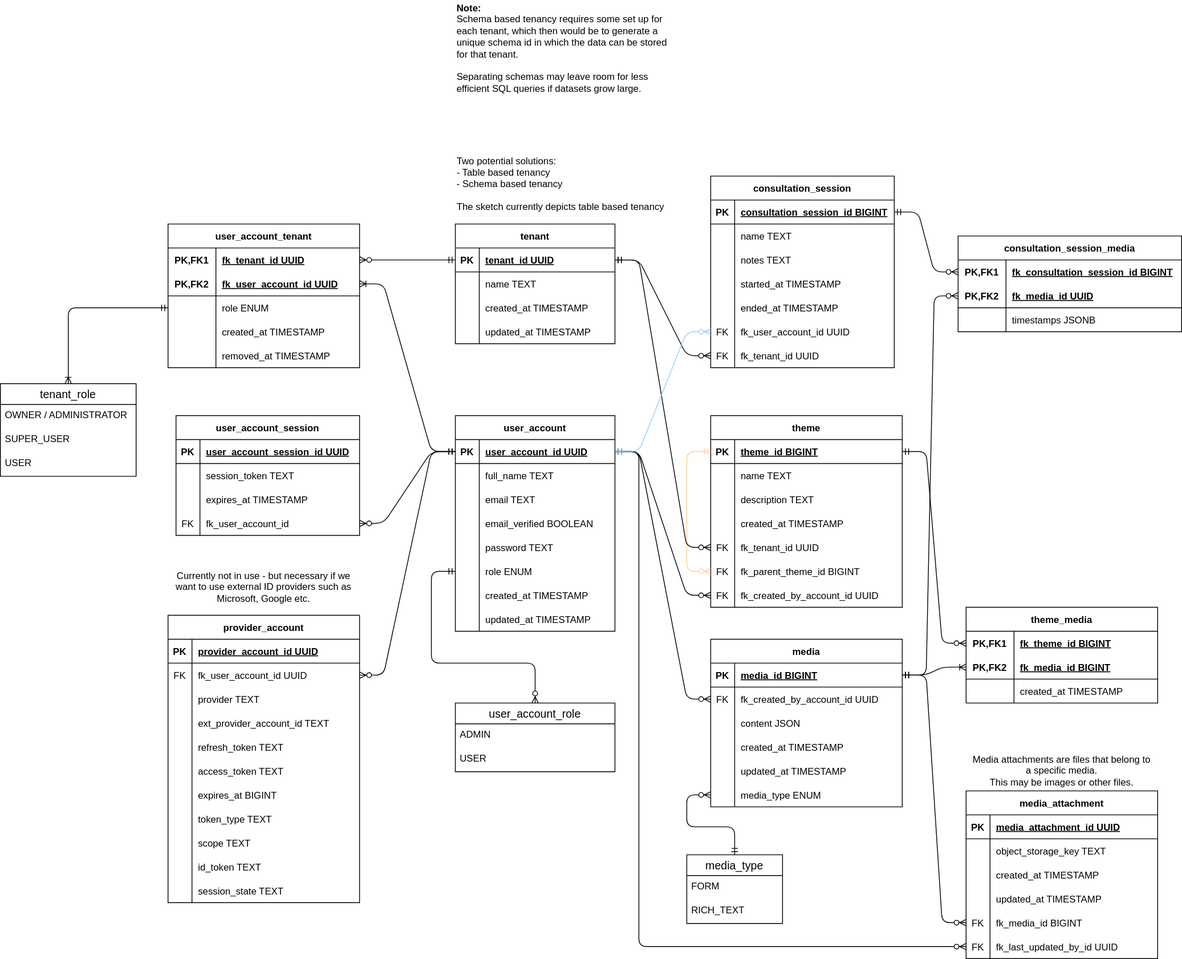
This is docs/erdiagram.drawio.svg from NTNU-IE-IIR/tidlig-innsats-ungdom, a draw.io export, as it was before one commit. Source tidied: cells renumbered, new cells last; positions are measured from the earlier drawing's top-left corner, leaving out a move shared by most shapes.
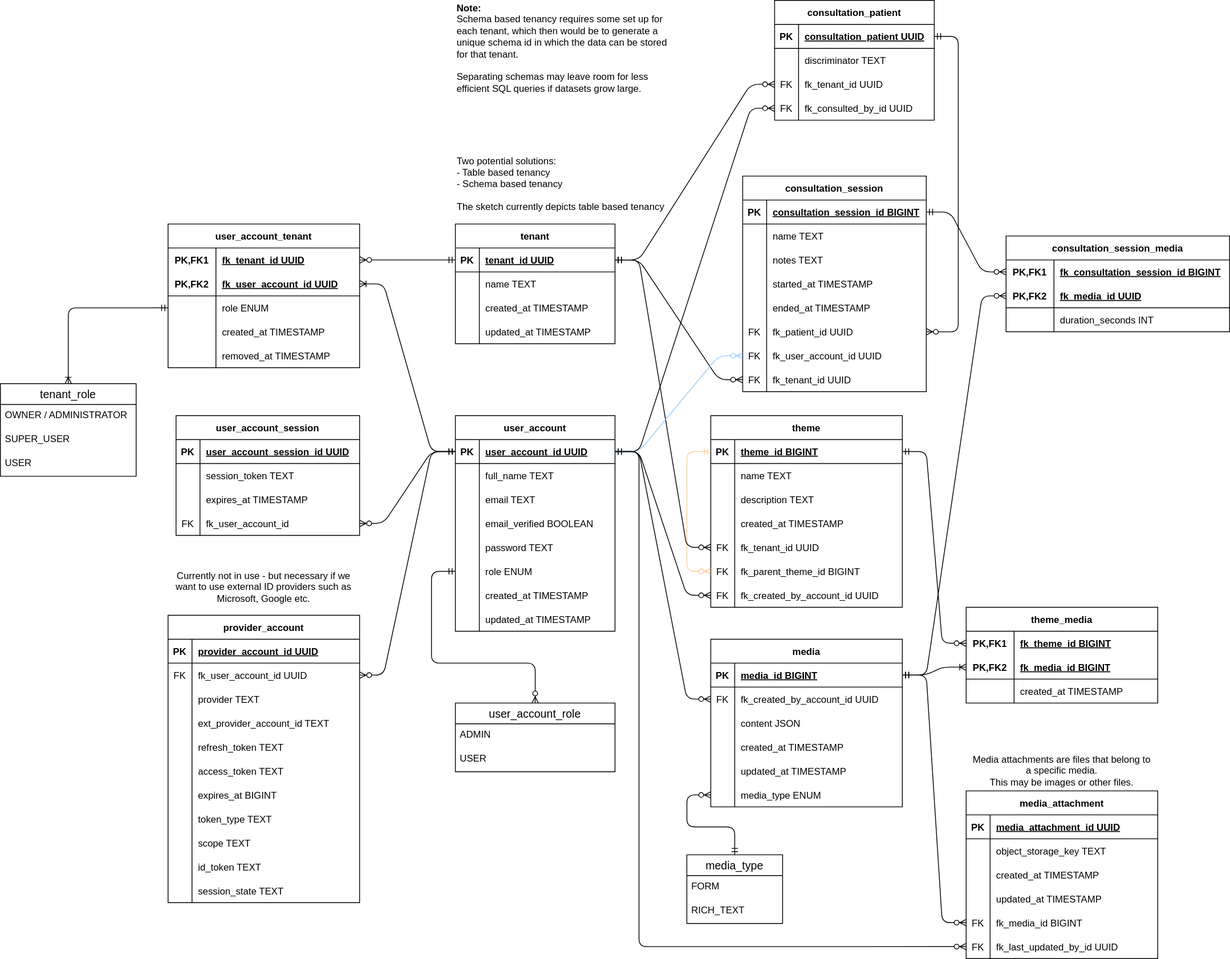
Later version of the same file.

Commit message:
docs: update ER diagram with patient & duration changes

What changed in the source:
```diff
@@ -610,7 +610,7 @@
       <mxGeometry x="570" width="270" height="120" as="geometry" />
     </mxCell>
     <mxCell id="197" value="consultation_session" style="shape=table;startSize=30;rowLines=0;fontStyle=1;align=center;" parent="1" vertex="1">
-      <mxGeometry x="890" y="220" width="230" height="240" as="geometry" />
+      <mxGeometry x="930" y="220" width="230" height="270" as="geometry" />
     </mxCell>
     <mxCell id="198" style="shape=tableRow;horizontal=0;startSize=0;swimlaneHead=0;swimlaneBody=0;fillColor=none;points=[[0,0.5],[1,0.5]];portConstraint=eastwest;top=0;left=0;right=0;bottom=1;" parent="197" vertex="1">
       <mxGeometry y="30" width="230" height="30" as="geometry" />
@@ -657,8 +657,17 @@
     <mxCell id="212" value="ended_at TIMESTAMP" style="shape=partialRectangle;fillColor=none;top=0;left=0;bottom=0;right=0;align=left;spacingLeft=6;overflow=hidden;" parent="210" vertex="1">
       <mxGeometry x="30" width="200" height="30" as="geometry" />
     </mxCell>
+    <mxCell id="238" style="shape=tableRow;horizontal=0;startSize=0;swimlaneHead=0;swimlaneBody=0;fillColor=none;points=[[0,0.5],[1,0.5]];portConstraint=eastwest;top=0;left=0;right=0;bottom=0;" parent="197" vertex="1">
+      <mxGeometry y="180" width="230" height="30" as="geometry" />
+    </mxCell>
+    <mxCell id="239" value="FK" style="shape=partialRectangle;fillColor=none;top=0;left=0;bottom=0;right=0;fontStyle=0;overflow=hidden;" parent="238" vertex="1">
+      <mxGeometry width="30" height="30" as="geometry" />
+    </mxCell>
+    <mxCell id="240" value="fk_patient_id UUID" style="shape=partialRectangle;fillColor=none;top=0;left=0;bottom=0;right=0;align=left;spacingLeft=6;fontStyle=0;overflow=hidden;" parent="238" vertex="1">
+      <mxGeometry x="30" width="200" height="30" as="geometry" />
+    </mxCell>
     <mxCell id="213" style="shape=tableRow;horizontal=0;startSize=0;swimlaneHead=0;swimlaneBody=0;fillColor=none;points=[[0,0.5],[1,0.5]];portConstraint=eastwest;top=0;left=0;right=0;bottom=0;" parent="197" vertex="1">
-      <mxGeometry y="180" width="230" height="30" as="geometry" />
+      <mxGeometry y="210" width="230" height="30" as="geometry" />
     </mxCell>
     <mxCell id="214" value="FK" style="shape=partialRectangle;fillColor=none;top=0;left=0;bottom=0;right=0;fontStyle=0;overflow=hidden;" parent="213" vertex="1">
       <mxGeometry width="30" height="30" as="geometry" />
@@ -667,7 +676,7 @@
       <mxGeometry x="30" width="200" height="30" as="geometry" />
     </mxCell>
     <mxCell id="216" style="shape=tableRow;horizontal=0;startSize=0;swimlaneHead=0;swimlaneBody=0;fillColor=none;points=[[0,0.5],[1,0.5]];portConstraint=eastwest;top=0;left=0;right=0;bottom=0;" parent="197" vertex="1">
-      <mxGeometry y="210" width="230" height="30" as="geometry" />
+      <mxGeometry y="240" width="230" height="30" as="geometry" />
     </mxCell>
     <mxCell id="217" value="FK" style="shape=partialRectangle;fillColor=none;top=0;left=0;bottom=0;right=0;fontStyle=0;overflow=hidden;" parent="216" vertex="1">
       <mxGeometry width="30" height="30" as="geometry" />
@@ -682,7 +691,7 @@
       <mxGeometry relative="1" as="geometry" />
     </mxCell>
     <mxCell id="221" value="consultation_session_media" style="shape=table;startSize=30;rowLines=0;fontStyle=1;align=center;" parent="1" vertex="1">
-      <mxGeometry x="1200" y="295" width="280" height="120" as="geometry" />
+      <mxGeometry x="1260" y="295" width="280" height="120" as="geometry" />
     </mxCell>
     <mxCell id="222" style="shape=tableRow;horizontal=0;startSize=0;swimlaneHead=0;swimlaneBody=0;fillColor=none;points=[[0,0.5],[1,0.5]];portConstraint=eastwest;top=0;left=0;right=0;bottom=0;" parent="221" vertex="1">
       <mxGeometry y="30" width="280" height="30" as="geometry" />
@@ -708,7 +717,7 @@
     <mxCell id="229" style="shape=partialRectangle;fillColor=none;top=0;left=0;bottom=0;right=0;overflow=hidden;" parent="228" vertex="1">
       <mxGeometry width="60" height="30" as="geometry" />
     </mxCell>
-    <mxCell id="230" value="timestamps JSONB" style="shape=partialRectangle;fillColor=none;top=0;left=0;bottom=0;right=0;align=left;spacingLeft=6;overflow=hidden;" parent="228" vertex="1">
+    <mxCell id="230" value="duration_seconds INT" style="shape=partialRectangle;fillColor=none;top=0;left=0;bottom=0;right=0;align=left;spacingLeft=6;overflow=hidden;" parent="228" vertex="1">
       <mxGeometry x="60" width="220" height="30" as="geometry" />
     </mxCell>
     <mxCell id="231" style="edgeStyle=entityRelationEdgeStyle;fontSize=12;html=1;endArrow=ERzeroToMany;startArrow=ERmandOne;exitX=1;exitY=0.5;exitDx=0;exitDy=0;entryX=0;entryY=0.5;entryDx=0;entryDy=0;" parent="1" edge="1" source="198" target="222">
@@ -732,5 +741,58 @@
     <mxCell id="237" style="edgeStyle=orthogonalEdgeStyle;fontSize=12;html=1;endArrow=ERoneToMany;startArrow=ERmandOne;endFill=0;entryX=0.5;entryY=0;entryDx=0;entryDy=0;exitX=0;exitY=0.5;exitDx=0;exitDy=0;" parent="1" edge="1" source="161" target="233">
       <mxGeometry relative="1" as="geometry" />
     </mxCell>
+    <mxCell id="241" value="consultation_patient" style="shape=table;startSize=30;rowLines=0;fontStyle=1;align=center;" parent="1" vertex="1">
+      <mxGeometry x="970" width="200" height="150" as="geometry" />
+    </mxCell>
+    <mxCell id="242" style="shape=tableRow;horizontal=0;startSize=0;swimlaneHead=0;swimlaneBody=0;fillColor=none;points=[[0,0.5],[1,0.5]];portConstraint=eastwest;top=0;left=0;right=0;bottom=1;" parent="241" vertex="1">
+      <mxGeometry y="30" width="200" height="30" as="geometry" />
+    </mxCell>
+    <mxCell id="243" value="PK" style="shape=partialRectangle;fillColor=none;top=0;left=0;bottom=0;right=0;fontStyle=1;overflow=hidden;" parent="242" vertex="1">
+      <mxGeometry width="30" height="30" as="geometry" />
+    </mxCell>
+    <mxCell id="244" value="consultation_patient UUID" style="shape=partialRectangle;fillColor=none;top=0;left=0;bottom=0;right=0;align=left;spacingLeft=6;fontStyle=5;overflow=hidden;" parent="242" vertex="1">
+      <mxGeometry x="30" width="170" height="30" as="geometry" />
+    </mxCell>
+    <mxCell id="245" style="shape=tableRow;horizontal=0;startSize=0;swimlaneHead=0;swimlaneBody=0;fillColor=none;top=0;left=0;right=0;bottom=0;" parent="241" vertex="1">
+      <mxGeometry y="60" width="200" height="30" as="geometry" />
+    </mxCell>
+    <mxCell id="246" style="shape=partialRectangle;fillColor=none;top=0;left=0;bottom=0;right=0;overflow=hidden;" parent="245" vertex="1">
+      <mxGeometry width="30" height="30" as="geometry" />
+    </mxCell>
+    <mxCell id="247" value="discriminator TEXT" style="shape=partialRectangle;fillColor=none;top=0;left=0;bottom=0;right=0;align=left;spacingLeft=6;overflow=hidden;" parent="245" vertex="1">
+      <mxGeometry x="30" width="170" height="30" as="geometry" />
+    </mxCell>
+    <mxCell id="248" style="shape=tableRow;horizontal=0;startSize=0;swimlaneHead=0;swimlaneBody=0;fillColor=none;points=[[0,0.5],[1,0.5]];portConstraint=eastwest;top=0;left=0;right=0;bottom=0;" parent="241" vertex="1">
+      <mxGeometry y="90" width="200" height="30" as="geometry" />
+    </mxCell>
+    <mxCell id="249" value="FK" style="shape=partialRectangle;fillColor=none;top=0;left=0;bottom=0;right=0;fontStyle=0;overflow=hidden;" parent="248" vertex="1">
+      <mxGeometry width="30" height="30" as="geometry" />
+    </mxCell>
+    <mxCell id="250" value="fk_tenant_id UUID" style="shape=partialRectangle;fillColor=none;top=0;left=0;bottom=0;right=0;align=left;spacingLeft=6;fontStyle=0;overflow=hidden;" parent="248" vertex="1">
+      <mxGeometry x="30" width="170" height="30" as="geometry" />
+    </mxCell>
+    <mxCell id="251" style="shape=tableRow;horizontal=0;startSize=0;swimlaneHead=0;swimlaneBody=0;fillColor=none;points=[[0,0.5],[1,0.5]];portConstraint=eastwest;top=0;left=0;right=0;bottom=0;" parent="241" vertex="1">
+      <mxGeometry y="120" width="200" height="30" as="geometry" />
+    </mxCell>
+    <mxCell id="252" value="FK" style="shape=partialRectangle;fillColor=none;top=0;left=0;bottom=0;right=0;fontStyle=0;overflow=hidden;" parent="251" vertex="1">
+      <mxGeometry width="30" height="30" as="geometry" />
+    </mxCell>
+    <mxCell id="253" value="fk_consulted_by_id UUID" style="shape=partialRectangle;fillColor=none;top=0;left=0;bottom=0;right=0;align=left;spacingLeft=6;fontStyle=0;overflow=hidden;" parent="251" vertex="1">
+      <mxGeometry x="30" width="170" height="30" as="geometry" />
+    </mxCell>
+    <mxCell id="254" style="edgeStyle=entityRelationEdgeStyle;fontSize=12;html=1;endArrow=ERzeroToMany;startArrow=ERmandOne;entryX=0;entryY=0.5;entryDx=0;entryDy=0;" parent="1" edge="1" source="142" target="248">
+      <mxGeometry relative="1" as="geometry" />
+    </mxCell>
+    <mxCell id="255" style="edgeStyle=orthogonalEdgeStyle;fontSize=12;html=1;endArrow=ERzeroToMany;startArrow=ERmandOne;entryX=1;entryY=0.5;entryDx=0;entryDy=0;exitX=1;exitY=0.5;exitDx=0;exitDy=0;" parent="1" edge="1" source="242" target="238">
+      <mxGeometry relative="1" as="geometry">
+        <Array as="points">
+          <mxPoint x="1200" y="45" />
+          <mxPoint x="1200" y="415" />
+        </Array>
+      </mxGeometry>
+    </mxCell>
+    <mxCell id="256" style="edgeStyle=entityRelationEdgeStyle;fontSize=12;html=1;endArrow=ERzeroToMany;startArrow=ERmandOne;entryX=0;entryY=0.5;entryDx=0;entryDy=0;exitX=1;exitY=0.5;exitDx=0;exitDy=0;" parent="1" edge="1" source="3" target="251">
+      <mxGeometry relative="1" as="geometry" />
+    </mxCell>
   </root>
 </mxGraphModel>
```
